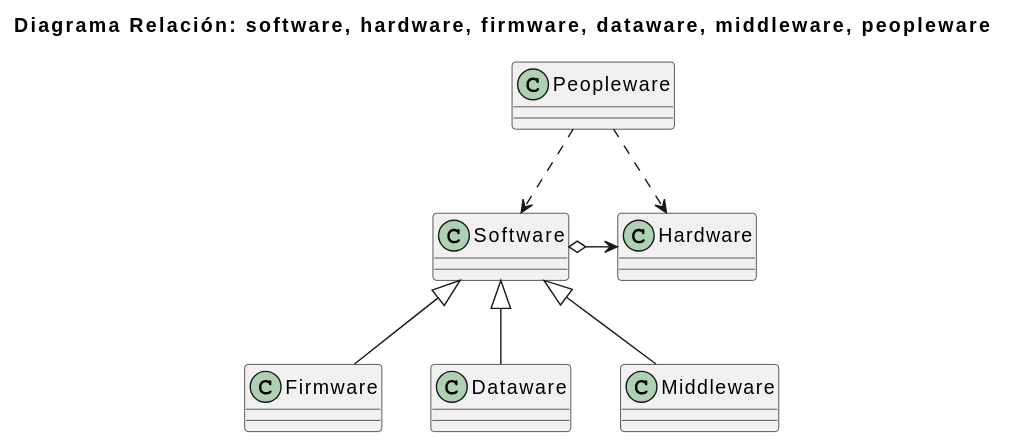
BernatQI/Master-Programacion-Diseno-Software keeps this PlantUML diagram as Software/Ejercicios Tema Software/img/diagrama-relacion-tema-software.svg. Above is the earlier version. Source of this version:
```plantuml
@startuml
Title Diagrama Relación: software, hardware, firmware, dataware, middleware, peopleware

class Software
class Hardware
class Firmware
class Dataware
class Middleware
class Peopleware

Peopleware .down.> Hardware
Peopleware .down.> Software
Software o-right-> Hardware

Dataware -up-|> Software
Middleware -up-|> Software
Firmware -up-|> Software
@enduml
```
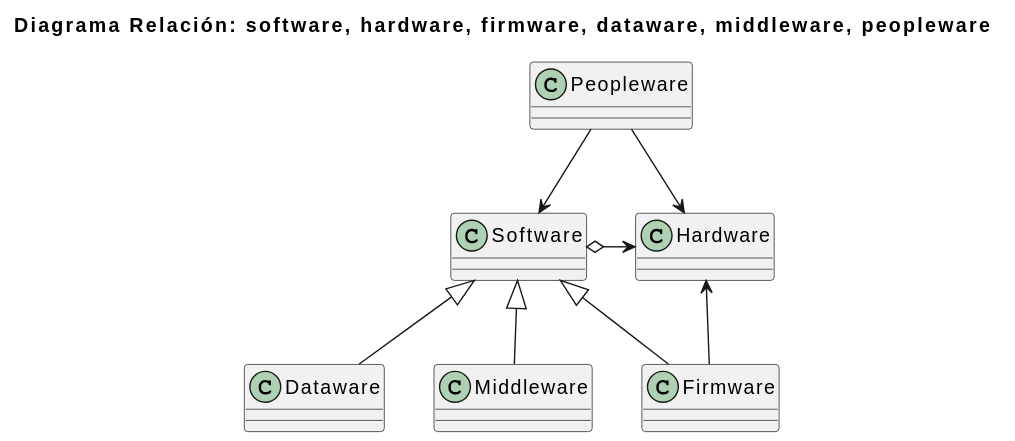
Above is the later version.

The edit, as a diff of the source:
```diff
@@ -8,11 +8,13 @@
 class Middleware
 class Peopleware
 
-Peopleware .down.> Hardware
-Peopleware .down.> Software
+Peopleware -down-> Hardware
+Peopleware -down-> Software
 Software o-right-> Hardware
 
 Dataware -up-|> Software
 Middleware -up-|> Software
 Firmware -up-|> Software
+
+Firmware -up-> Hardware
 @enduml
```
